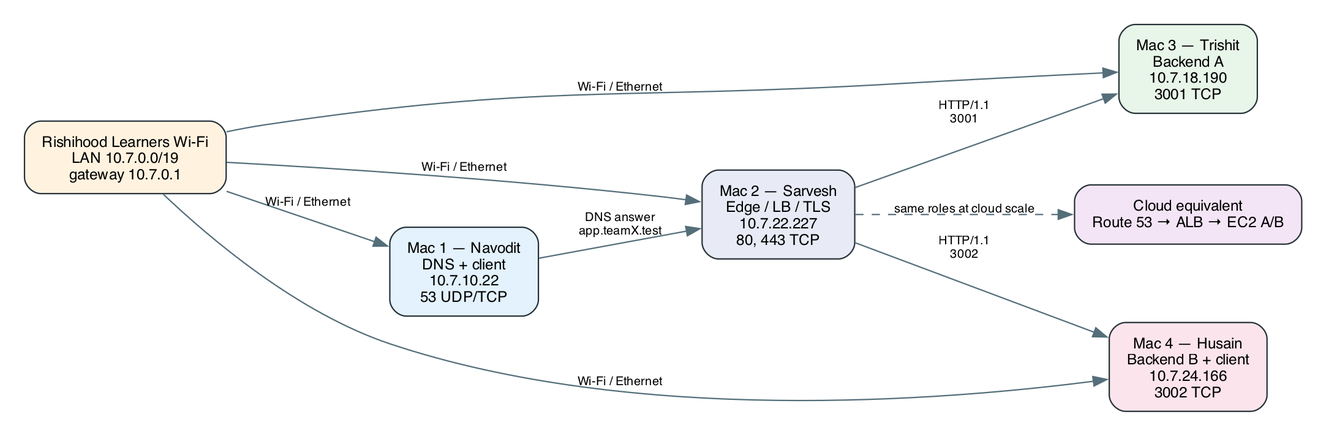
Earlier version of the Graphviz export 01_architecture/topology.png (HusainNST/CN). Its source is kept beside it as 01_architecture/topology.dot.
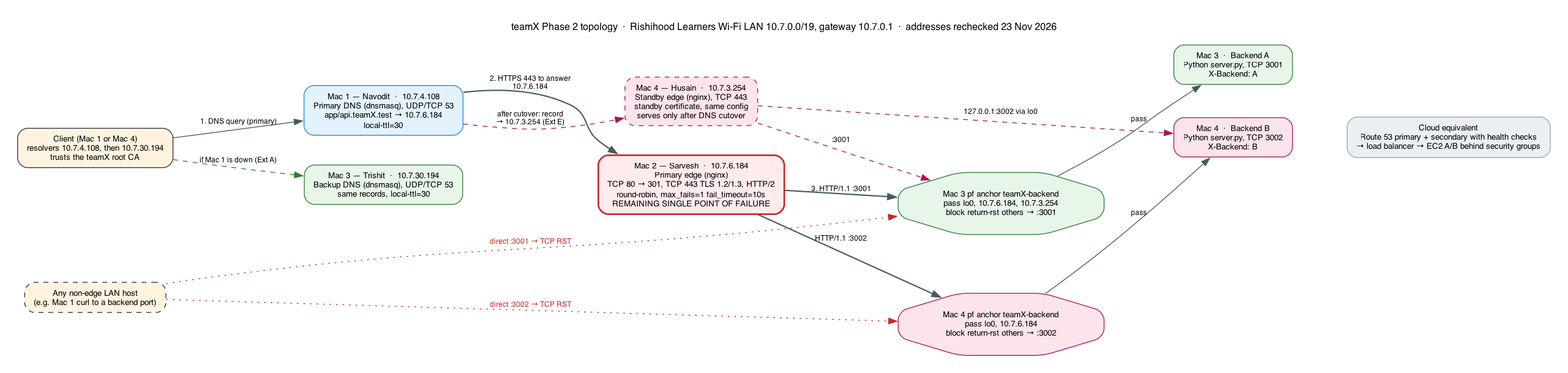
The same file after the commit.

Commit message:
docs(p2-18): update architecture doc and topology for Phase 2

- Redraw topology for Phase 2: backup DNS, local-ttl=30, pf isolation on 3001/3002, Mac 4 standby edge cutover, Mac 2 edge marked as remaining SPOF
- Keep sections 1-9 as the Phase 1 baseline and add section 10: changes from Phase 1, current IP table, request path with fallback, Extensions A-E, SPOF analysis, cloud mapping and evidence index

Change to the diagram source:
```diff
@@ -1,21 +1,49 @@
 digraph topology {
-    graph [rankdir=LR, bgcolor="white", pad="0.25", nodesep="0.55", ranksep="0.8"];
-    node [shape=box, style="rounded,filled", fontname="Helvetica", fontsize=11, margin="0.18,0.12", color="#263238"];
-    edge [fontname="Helvetica", fontsize=9, color="#546e7a"];
+    graph [rankdir=LR, bgcolor="white", pad="0.3", nodesep="0.5", ranksep="0.9",
+           fontname="Helvetica", fontsize=12, labelloc="t", newrank=true, ordering=out,
+           label="teamX Phase 2 topology  ·  Rishihood Learners Wi-Fi LAN 10.7.0.0/19, gateway 10.7.0.1  ·  addresses rechecked 23 Nov 2026\n "];
+    node [shape=box, style="rounded,filled", fontname="Helvetica", fontsize=10, margin="0.16,0.10", color="#263238"];
+    edge [fontname="Helvetica", fontsize=9, color="#455a64"];
 
-    network [label="Rishihood Learners Wi-Fi\nLAN 10.7.0.0/19\ngateway 10.7.0.1", fillcolor="#fff3e0"];
-    mac1 [label="Mac 1 — Navodit\nDNS + client\n10.7.10.22\n53 UDP/TCP", fillcolor="#e3f2fd"];
-    mac2 [label="Mac 2 — Sarvesh\nEdge / LB / TLS\n10.7.22.227\n80, 443 TCP", fillcolor="#e8eaf6"];
-    mac3 [label="Mac 3 — Trishit\nBackend A\n10.7.18.190\n3001 TCP", fillcolor="#e8f5e9"];
-    mac4 [label="Mac 4 — Husain\nBackend B + client\n10.7.24.166\n3002 TCP", fillcolor="#fce4ec"];
-    cloud [label="Cloud equivalent\nRoute 53 → ALB → EC2 A/B", fillcolor="#f3e5f5"];
+    client [label="Client (Mac 1 or Mac 4)\nresolvers 10.7.4.108, then 10.7.30.194\ntrusts the teamX root CA", fillcolor="#fff3e0"];
+    direct [label="Any non-edge LAN host\n(e.g. Mac 1 curl to a backend port)", fillcolor="#fff3e0", style="rounded,filled,dashed"];
 
-    network -> mac1 [label="Wi-Fi / Ethernet"];
-    network -> mac2 [label="Wi-Fi / Ethernet"];
-    network -> mac3 [label="Wi-Fi / Ethernet"];
-    network -> mac4 [label="Wi-Fi / Ethernet"];
-    mac1 -> mac2 [label="DNS answer\napp.teamX.test"];
-    mac2 -> mac3 [label="HTTP/1.1\n3001"];
-    mac2 -> mac4 [label="HTTP/1.1\n3002"];
-    mac2 -> cloud [style=dashed, label="same roles at cloud scale"];
+    dns1 [label="Mac 1 — Navodit  ·  10.7.4.108\nPrimary DNS (dnsmasq), UDP/TCP 53\napp/api.teamX.test → 10.7.6.184\nlocal-ttl=30", fillcolor="#e3f2fd", color="#1e88e5"];
+    dns3 [label="Mac 3 — Trishit  ·  10.7.30.194\nBackup DNS (dnsmasq), UDP/TCP 53\nsame records, local-ttl=30", fillcolor="#e8f5e9", color="#2e7d32"];
+
+    edge2 [label="Mac 2 — Sarvesh  ·  10.7.6.184\nPrimary edge (nginx)\nTCP 80 → 301, TCP 443 TLS 1.2/1.3, HTTP/2\nround-robin, max_fails=1 fail_timeout=10s\nREMAINING SINGLE POINT OF FAILURE", fillcolor="#ffebee", color="#c62828", penwidth=2];
+    edge4 [label="Mac 4 — Husain  ·  10.7.3.254\nStandby edge (nginx), TCP 443\nstandby certificate, same config\nserves only after DNS cutover", fillcolor="#fce4ec", color="#ad1457", style="rounded,filled,dashed"];
+
+    pf3 [label="Mac 3 pf anchor teamX-backend\npass lo0, 10.7.6.184, 10.7.3.254\nblock return-rst others → :3001", shape=octagon, fillcolor="#e8f5e9", color="#2e7d32"];
+    pf4 [label="Mac 4 pf anchor teamX-backend\npass lo0, 10.7.6.184\nblock return-rst others → :3002", shape=octagon, fillcolor="#fce4ec", color="#ad1457"];
+
+    backA [label="Mac 3  ·  Backend A\nPython server.py, TCP 3001\nX-Backend: A", fillcolor="#e8f5e9", color="#2e7d32"];
+    backB [label="Mac 4  ·  Backend B\nPython server.py, TCP 3002\nX-Backend: B", fillcolor="#fce4ec", color="#ad1457"];
+
+    cloud [label="Cloud equivalent\nRoute 53 primary + secondary with health checks\n→ load balancer → EC2 A/B behind security groups", fillcolor="#eceff1", color="#90a4ae"];
+
+    { rank=same; client; direct; }
+    { rank=same; dns1; dns3; }
+    { rank=same; edge2; edge4; }
+    { rank=same; pf3; pf4; }
+    { rank=same; backA; backB; }
+    dns3 -> edge2 [style=invis]; pf3 -> pf4 [style=invis, constraint=false];
+
+    client -> dns1 [label="1. DNS query (primary)"];
+    client -> dns3 [label="if Mac 1 is down (Ext A)", style=dashed, color="#2e7d32"];
+
+    dns1 -> edge2 [label="2. HTTPS 443 to answer\n10.7.6.184", penwidth=1.6];
+    dns1 -> edge4 [label="after cutover: record\n→ 10.7.3.254 (Ext E)", style=dashed, color="#ad1457"];
+
+    edge2 -> pf3 [label="3. HTTP/1.1 :3001", penwidth=1.6];
+    edge2 -> pf4 [label="HTTP/1.1 :3002", penwidth=1.6];
+    edge4 -> pf3 [label=":3001", style=dashed, color="#ad1457"];
+    edge4 -> backB [label="127.0.0.1:3002 via lo0", style=dashed, color="#ad1457"];
+    pf3 -> backA [label="pass"];
+    pf4 -> backB [label="pass"];
+
+    direct -> pf3 [label="direct :3001 → TCP RST", style=dotted, color="#c62828", fontcolor="#c62828"];
+    direct -> pf4 [label="direct :3002 → TCP RST", style=dotted, color="#c62828", fontcolor="#c62828"];
+
+    backB -> cloud [style=invis];
 }
```
